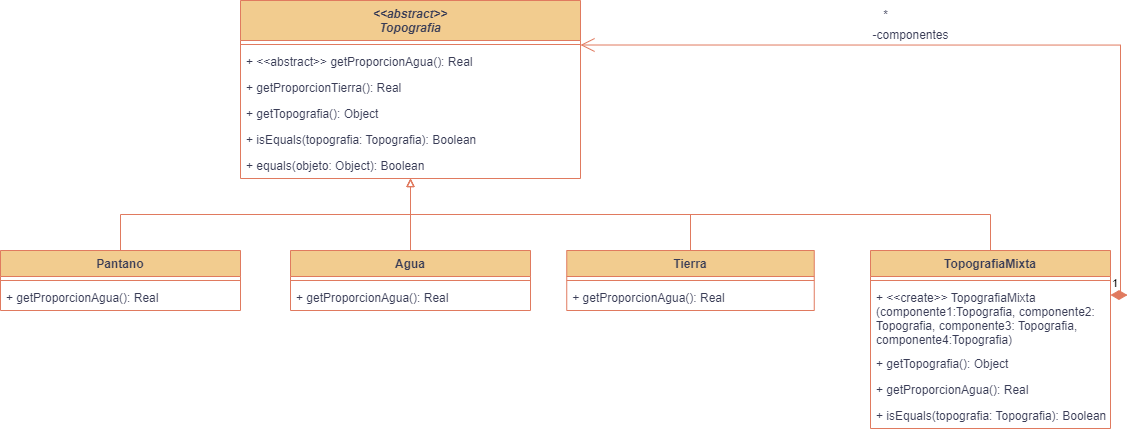
The draw.io diagram PRACTICAS/UML/Punto4b-UML.png in agusrnfr/OO2, before a commit. Source tidied: cells renumbered, new cells last; positions are measured from the earlier drawing's top-left corner, leaving out a move shared by most shapes. The source it was exported from:
```xml
<mxGraphModel background="#ffffff">
  <root>
    <mxCell id="0" />
    <mxCell id="1" parent="0" />
    <mxCell id="2" value="&lt;&lt;abstract&gt;&gt;&#10;Topografia" style="swimlane;fontStyle=3;align=center;verticalAlign=top;horizontal=1;startSize=40;labelBackgroundColor=none;fillColor=#F2CC8F;strokeColor=#E07A5F;fontColor=#393C56;" parent="1" vertex="1">
      <mxGeometry x="240" width="340" height="178" as="geometry" />
    </mxCell>
    <mxCell id="3" style="line;strokeWidth=1;fillColor=none;align=left;verticalAlign=middle;spacingTop=-1;spacingLeft=3;spacingRight=3;labelPosition=right;strokeColor=#E07A5F;labelBackgroundColor=none;fontColor=#393C56;" parent="2" vertex="1">
      <mxGeometry y="40" width="340" height="8" as="geometry" />
    </mxCell>
    <mxCell id="4" value="+ &lt;&lt;abstract&gt;&gt; getProporcionAgua(): Real" style="text;strokeColor=none;fillColor=none;align=left;verticalAlign=top;spacingLeft=4;spacingRight=4;overflow=hidden;labelBackgroundColor=none;fontColor=#393C56;" parent="2" vertex="1">
      <mxGeometry y="48" width="340" height="26" as="geometry" />
    </mxCell>
    <mxCell id="5" value="+ getProporcionTierra(): Real" style="text;strokeColor=none;fillColor=none;align=left;verticalAlign=top;spacingLeft=4;spacingRight=4;overflow=hidden;labelBackgroundColor=none;fontColor=#393C56;" parent="2" vertex="1">
      <mxGeometry y="74" width="340" height="26" as="geometry" />
    </mxCell>
    <mxCell id="6" value="+ getTopografia(): Object" style="text;strokeColor=none;fillColor=none;align=left;verticalAlign=top;spacingLeft=4;spacingRight=4;overflow=hidden;labelBackgroundColor=none;fontColor=#393C56;" parent="2" vertex="1">
      <mxGeometry y="100" width="340" height="26" as="geometry" />
    </mxCell>
    <mxCell id="7" value="+ isEquals(topografia: Topografia): Boolean" style="text;strokeColor=none;fillColor=none;align=left;verticalAlign=top;spacingLeft=4;spacingRight=4;overflow=hidden;labelBackgroundColor=none;fontColor=#393C56;" parent="2" vertex="1">
      <mxGeometry y="126" width="340" height="26" as="geometry" />
    </mxCell>
    <mxCell id="8" value="+ equals(objeto: Object): Boolean" style="text;strokeColor=none;fillColor=none;align=left;verticalAlign=top;spacingLeft=4;spacingRight=4;overflow=hidden;labelBackgroundColor=none;fontColor=#393C56;" parent="2" vertex="1">
      <mxGeometry y="152" width="340" height="26" as="geometry" />
    </mxCell>
    <mxCell id="9" style="edgeStyle=orthogonalEdgeStyle;rounded=0;jettySize=auto;html=1;endArrow=block;endFill=0;exitX=0.5;exitY=0;exitDx=0;exitDy=0;labelBackgroundColor=none;strokeColor=#E07A5F;fontColor=default;" parent="1" edge="1" source="10" target="2">
      <mxGeometry relative="1" as="geometry" />
    </mxCell>
    <mxCell id="10" value="Agua" style="swimlane;fontStyle=1;align=center;verticalAlign=top;horizontal=1;startSize=26;labelBackgroundColor=none;fillColor=#F2CC8F;strokeColor=#E07A5F;fontColor=#393C56;" parent="1" vertex="1">
      <mxGeometry x="290" y="250" width="240" height="60" as="geometry" />
    </mxCell>
    <mxCell id="11" style="line;strokeWidth=1;fillColor=none;align=left;verticalAlign=middle;spacingTop=-1;spacingLeft=3;spacingRight=3;labelPosition=right;strokeColor=#E07A5F;labelBackgroundColor=none;fontColor=#393C56;" parent="10" vertex="1">
      <mxGeometry y="26" width="240" height="8" as="geometry" />
    </mxCell>
    <mxCell id="12" value="+ getProporcionAgua(): Real" style="text;strokeColor=none;fillColor=none;align=left;verticalAlign=top;spacingLeft=4;spacingRight=4;overflow=hidden;labelBackgroundColor=none;fontColor=#393C56;" parent="10" vertex="1">
      <mxGeometry y="34" width="240" height="26" as="geometry" />
    </mxCell>
    <mxCell id="13" style="edgeStyle=orthogonalEdgeStyle;rounded=0;jettySize=auto;html=1;exitX=0.5;exitY=0;exitDx=0;exitDy=0;endArrow=block;endFill=0;labelBackgroundColor=none;strokeColor=#E07A5F;fontColor=default;" parent="1" edge="1" source="14" target="2">
      <mxGeometry relative="1" as="geometry" />
    </mxCell>
    <mxCell id="14" value="Tierra" style="swimlane;fontStyle=1;align=center;verticalAlign=top;horizontal=1;startSize=26;labelBackgroundColor=none;fillColor=#F2CC8F;strokeColor=#E07A5F;fontColor=#393C56;" parent="1" vertex="1">
      <mxGeometry x="566.2" y="250" width="247.5" height="60" as="geometry" />
    </mxCell>
    <mxCell id="15" style="line;strokeWidth=1;fillColor=none;align=left;verticalAlign=middle;spacingTop=-1;spacingLeft=3;spacingRight=3;labelPosition=right;strokeColor=#E07A5F;labelBackgroundColor=none;fontColor=#393C56;" parent="14" vertex="1">
      <mxGeometry y="26" width="247.5" height="8" as="geometry" />
    </mxCell>
    <mxCell id="16" value="+ getProporcionAgua(): Real" style="text;strokeColor=none;fillColor=none;align=left;verticalAlign=top;spacingLeft=4;spacingRight=4;overflow=hidden;labelBackgroundColor=none;fontColor=#393C56;" parent="14" vertex="1">
      <mxGeometry y="34" width="247.5" height="26" as="geometry" />
    </mxCell>
    <mxCell id="17" style="edgeStyle=orthogonalEdgeStyle;rounded=0;jettySize=auto;html=1;exitX=0.5;exitY=0;exitDx=0;exitDy=0;endArrow=block;endFill=0;labelBackgroundColor=none;strokeColor=#E07A5F;fontColor=default;" parent="1" edge="1" source="18" target="2">
      <mxGeometry relative="1" as="geometry" />
    </mxCell>
    <mxCell id="18" value="TopografiaMixta" style="swimlane;fontStyle=1;align=center;verticalAlign=top;horizontal=1;startSize=26;labelBackgroundColor=none;fillColor=#F2CC8F;strokeColor=#E07A5F;fontColor=#393C56;" parent="1" vertex="1">
      <mxGeometry x="870" y="250" width="240" height="178" as="geometry" />
    </mxCell>
    <mxCell id="19" style="line;strokeWidth=1;fillColor=none;align=left;verticalAlign=middle;spacingTop=-1;spacingLeft=3;spacingRight=3;labelPosition=right;strokeColor=#E07A5F;labelBackgroundColor=none;fontColor=#393C56;" parent="18" vertex="1">
      <mxGeometry y="26" width="240" height="8" as="geometry" />
    </mxCell>
    <mxCell id="20" value="+ &lt;&lt;create&gt;&gt; TopografiaMixta &#10;(componente1:Topografia, componente2:&#10;Topografia, componente3: Topografia, &#10;componente4:Topografia)" style="text;strokeColor=none;fillColor=none;align=left;verticalAlign=top;spacingLeft=4;spacingRight=4;overflow=hidden;labelBackgroundColor=none;fontColor=#393C56;" parent="18" vertex="1">
      <mxGeometry y="34" width="240" height="66" as="geometry" />
    </mxCell>
    <mxCell id="21" value="+ getTopografia(): Object" style="text;strokeColor=none;fillColor=none;align=left;verticalAlign=top;spacingLeft=4;spacingRight=4;overflow=hidden;labelBackgroundColor=none;fontColor=#393C56;" parent="18" vertex="1">
      <mxGeometry y="100" width="240" height="26" as="geometry" />
    </mxCell>
    <mxCell id="22" value="+ getProporcionAgua(): Real" style="text;strokeColor=none;fillColor=none;align=left;verticalAlign=top;spacingLeft=4;spacingRight=4;overflow=hidden;labelBackgroundColor=none;fontColor=#393C56;" parent="18" vertex="1">
      <mxGeometry y="126" width="240" height="26" as="geometry" />
    </mxCell>
    <mxCell id="23" value="+ isEquals(topografia: Topografia): Boolean" style="text;strokeColor=none;fillColor=none;align=left;verticalAlign=top;spacingLeft=4;spacingRight=4;overflow=hidden;labelBackgroundColor=none;fontColor=#393C56;" parent="18" vertex="1">
      <mxGeometry y="152" width="240" height="26" as="geometry" />
    </mxCell>
    <mxCell id="24" value="1" style="endArrow=open;html=1;endSize=12;startArrow=diamondThin;startSize=14;startFill=1;edgeStyle=orthogonalEdgeStyle;align=left;verticalAlign=bottom;rounded=0;exitX=1;exitY=0.25;exitDx=0;exitDy=0;entryX=1;entryY=0.25;entryDx=0;entryDy=0;labelBackgroundColor=none;strokeColor=#E07A5F;fontColor=default;" parent="1" edge="1" source="18" target="2">
      <mxGeometry x="-1" y="3" relative="1" as="geometry" />
    </mxCell>
    <mxCell id="25" value="*" style="text;html=1;align=center;verticalAlign=middle;strokeColor=none;fillColor=none;labelBackgroundColor=none;fontColor=#393C56;" parent="1" vertex="1">
      <mxGeometry x="870" width="30" height="30" as="geometry" />
    </mxCell>
    <mxCell id="26" value="-componentes" style="text;html=1;align=center;verticalAlign=middle;strokeColor=none;fillColor=none;labelBackgroundColor=none;fontColor=#393C56;" parent="1" vertex="1">
      <mxGeometry x="860" y="20" width="100" height="30" as="geometry" />
    </mxCell>
    <mxCell id="27" style="edgeStyle=orthogonalEdgeStyle;rounded=0;jettySize=auto;html=1;exitX=0.5;exitY=0;exitDx=0;exitDy=0;strokeColor=#E07A5F;fontColor=#393C56;fillColor=#F2CC8F;endArrow=block;endFill=0;" parent="1" edge="1" source="28" target="2">
      <mxGeometry relative="1" as="geometry" />
    </mxCell>
    <mxCell id="28" value="Pantano" style="swimlane;fontStyle=1;align=center;verticalAlign=top;horizontal=1;startSize=26;labelBackgroundColor=none;fillColor=#F2CC8F;strokeColor=#E07A5F;fontColor=#393C56;" parent="1" vertex="1">
      <mxGeometry y="250" width="240" height="60" as="geometry" />
    </mxCell>
    <mxCell id="29" style="line;strokeWidth=1;fillColor=none;align=left;verticalAlign=middle;spacingTop=-1;spacingLeft=3;spacingRight=3;labelPosition=right;strokeColor=#E07A5F;labelBackgroundColor=none;fontColor=#393C56;" parent="28" vertex="1">
      <mxGeometry y="26" width="240" height="8" as="geometry" />
    </mxCell>
    <mxCell id="30" value="+ getProporcionAgua(): Real" style="text;strokeColor=none;fillColor=none;align=left;verticalAlign=top;spacingLeft=4;spacingRight=4;overflow=hidden;labelBackgroundColor=none;fontColor=#393C56;" parent="28" vertex="1">
      <mxGeometry y="34" width="240" height="26" as="geometry" />
    </mxCell>
  </root>
</mxGraphModel>
```
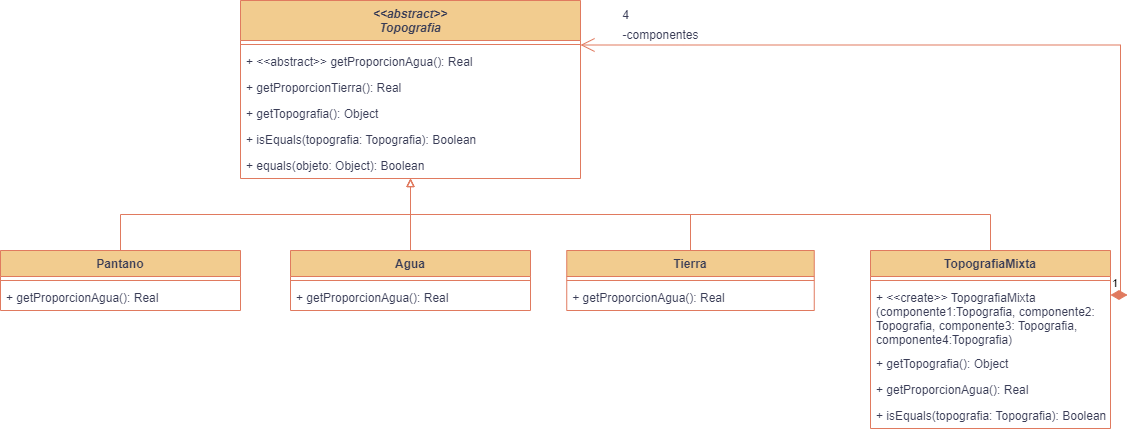
The same diagram one commit later.

Commit message:
mini correccion

The edit, as a diff of the source:
```diff
@@ -71,11 +71,11 @@
     <mxCell id="24" value="1" style="endArrow=open;html=1;endSize=12;startArrow=diamondThin;startSize=14;startFill=1;edgeStyle=orthogonalEdgeStyle;align=left;verticalAlign=bottom;rounded=0;exitX=1;exitY=0.25;exitDx=0;exitDy=0;entryX=1;entryY=0.25;entryDx=0;entryDy=0;labelBackgroundColor=none;strokeColor=#E07A5F;fontColor=default;" parent="1" edge="1" source="18" target="2">
       <mxGeometry x="-1" y="3" relative="1" as="geometry" />
     </mxCell>
-    <mxCell id="25" value="*" style="text;html=1;align=center;verticalAlign=middle;strokeColor=none;fillColor=none;labelBackgroundColor=none;fontColor=#393C56;" parent="1" vertex="1">
-      <mxGeometry x="870" width="30" height="30" as="geometry" />
+    <mxCell id="25" value="4" style="text;html=1;align=center;verticalAlign=middle;strokeColor=none;fillColor=none;labelBackgroundColor=none;fontColor=#393C56;" parent="1" vertex="1">
+      <mxGeometry x="610" width="30" height="30" as="geometry" />
     </mxCell>
     <mxCell id="26" value="-componentes" style="text;html=1;align=center;verticalAlign=middle;strokeColor=none;fillColor=none;labelBackgroundColor=none;fontColor=#393C56;" parent="1" vertex="1">
-      <mxGeometry x="860" y="20" width="100" height="30" as="geometry" />
+      <mxGeometry x="610" y="20" width="100" height="30" as="geometry" />
     </mxCell>
     <mxCell id="27" style="edgeStyle=orthogonalEdgeStyle;rounded=0;jettySize=auto;html=1;exitX=0.5;exitY=0;exitDx=0;exitDy=0;strokeColor=#E07A5F;fontColor=#393C56;fillColor=#F2CC8F;endArrow=block;endFill=0;" parent="1" edge="1" source="28" target="2">
       <mxGeometry relative="1" as="geometry" />
```
